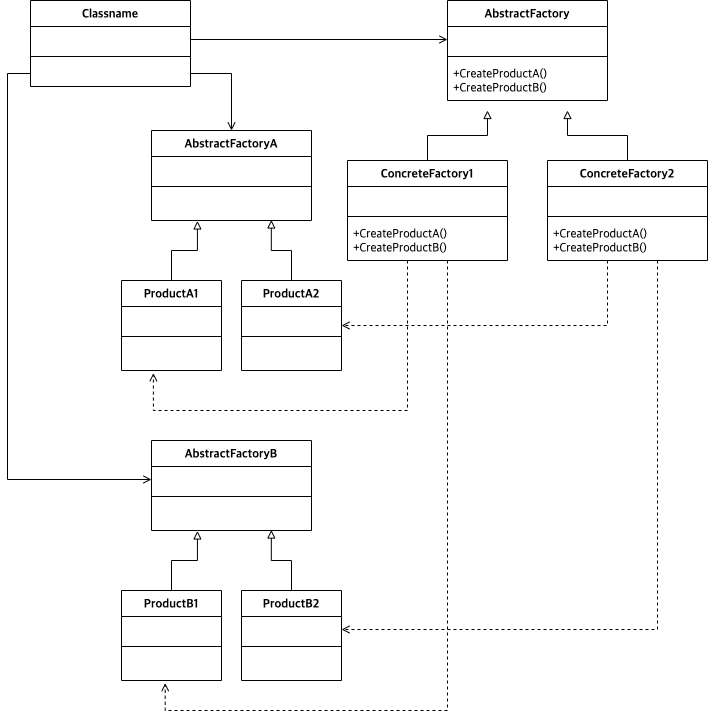
The draw.io diagram designpattern/abstractfactory/abstract_factory.drawio.png in iamslash/TIL, before a commit. Source tidied: cells renumbered, new cells last; positions are measured from the earlier drawing's top-left corner, leaving out a move shared by most shapes.
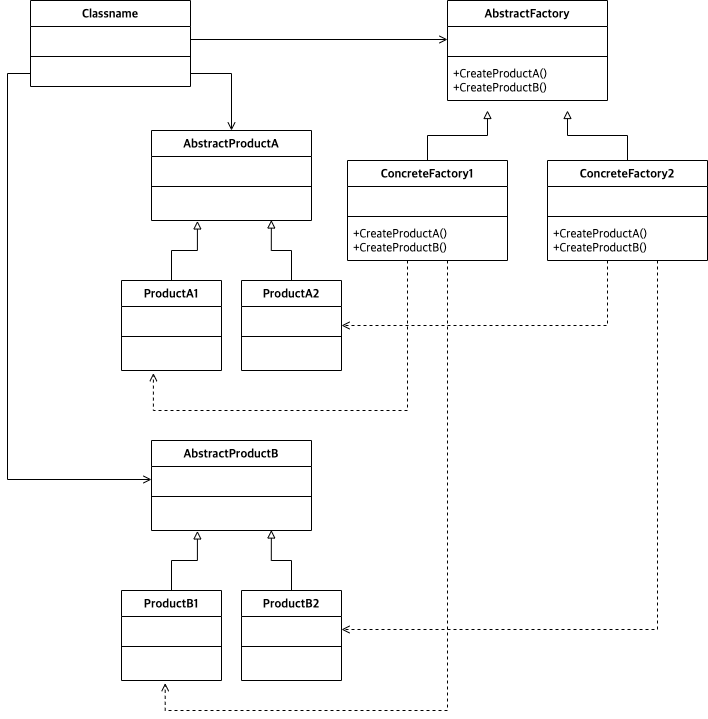
The same file after the commit.

Commit message:
Update abstract factory pattern

Change to the diagram source:
```diff
@@ -95,7 +95,7 @@
     <mxCell id="24" value="+CreateProductA()&#10;+CreateProductB()" style="text;strokeColor=none;fillColor=none;align=left;verticalAlign=top;spacingLeft=4;spacingRight=4;overflow=hidden;fontFamily=Lucida Console;fontSize=12;" parent="21" vertex="1">
       <mxGeometry y="60" width="160" height="40" as="geometry" />
     </mxCell>
-    <mxCell id="25" value="AbstractFactoryA" style="swimlane;fontStyle=1;align=center;verticalAlign=top;horizontal=1;startSize=26;fontFamily=Lucida Console;fontSize=12;" parent="1" vertex="1">
+    <mxCell id="25" value="AbstractProductA" style="swimlane;fontStyle=1;align=center;verticalAlign=top;horizontal=1;startSize=26;fontFamily=Lucida Console;fontSize=12;" parent="1" vertex="1">
       <mxGeometry x="144" y="130" width="160" height="90" as="geometry" />
     </mxCell>
     <mxCell id="26" value=" " style="text;strokeColor=none;fillColor=none;align=left;verticalAlign=top;spacingLeft=4;spacingRight=4;overflow=hidden;fontFamily=Lucida Console;fontSize=12;" parent="25" vertex="1">
@@ -137,7 +137,7 @@
     <mxCell id="38" value=" " style="text;strokeColor=none;fillColor=none;align=left;verticalAlign=top;spacingLeft=4;spacingRight=4;overflow=hidden;fontFamily=Lucida Console;fontSize=12;" parent="35" vertex="1">
       <mxGeometry y="60" width="100" height="30" as="geometry" />
     </mxCell>
-    <mxCell id="39" value="AbstractFactoryB" style="swimlane;fontStyle=1;align=center;verticalAlign=top;horizontal=1;startSize=26;fontFamily=Lucida Console;fontSize=12;" parent="1" vertex="1">
+    <mxCell id="39" value="AbstractProductB" style="swimlane;fontStyle=1;align=center;verticalAlign=top;horizontal=1;startSize=26;fontFamily=Lucida Console;fontSize=12;" parent="1" vertex="1">
       <mxGeometry x="144" y="440" width="160" height="90" as="geometry" />
     </mxCell>
     <mxCell id="40" value=" " style="text;strokeColor=none;fillColor=none;align=left;verticalAlign=top;spacingLeft=4;spacingRight=4;overflow=hidden;points=[[0,0.5],[1,0.5]];portConstraint=eastwest;fontFamily=Lucida Console;fontSize=12;" parent="39" vertex="1">
```
